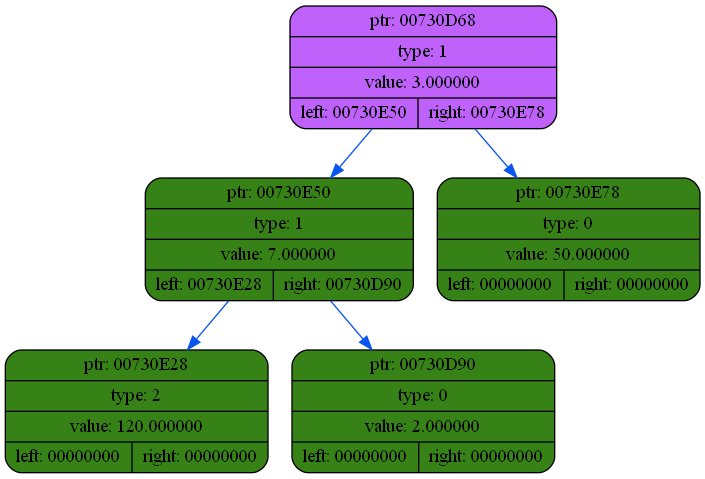
Earlier version of the Graphviz export dump/dump5.png (coffee8cat/differentiator). Its source is kept beside it as dump/dump5.dot.
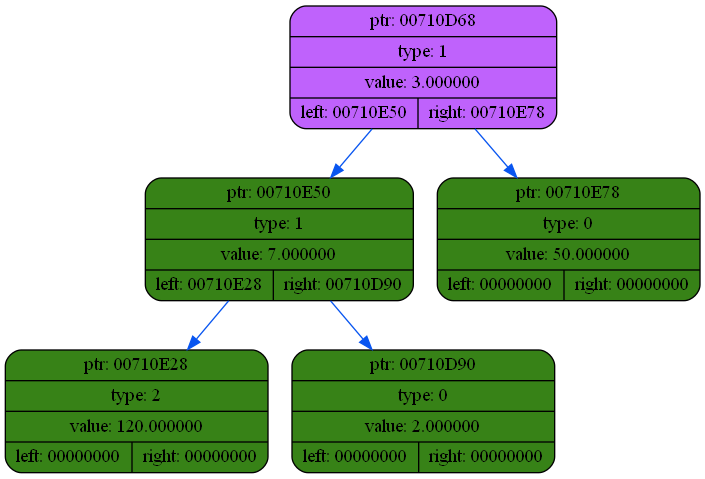
The same diagram one commit later.

The edit, as a diff of the source:
```diff
@@ -2,13 +2,13 @@
 {
     rankdir=TP
 
-        node00730D68[shape=record,style="rounded,filled",fillcolor="#BF62FC",label="{ ptr: 00730D68 | type: 1 | value: 3.000000| { left: 00730E50 | right: 00730E78 }}"];
-    node00730D68 -> node00730E50[color="#0855F0"]
-    node00730E50[shape=record,style="rounded,filled",fillcolor="#378217",label="{ ptr: 00730E50 | type: 1 | value: 7.000000| { left: 00730E28 | right: 00730D90 }}"];
-    node00730E50 -> node00730E28[color="#0855F0"]
-    node00730E28[shape=record,style="rounded,filled",fillcolor="#378217",label="{ ptr: 00730E28 | type: 2 | value: 120.000000| { left: 00000000 | right: 00000000 }}"];
-    node00730E50 -> node00730D90[color="#0855F0"]
-    node00730D90[shape=record,style="rounded,filled",fillcolor="#378217",label="{ ptr: 00730D90 | type: 0 | value: 2.000000| { left: 00000000 | right: 00000000 }}"];
-    node00730D68 -> node00730E78[color="#0855F0"]
-    node00730E78[shape=record,style="rounded,filled",fillcolor="#378217",label="{ ptr: 00730E78 | type: 0 | value: 50.000000| { left: 00000000 | right: 00000000 }}"];
+        node00710D68[shape=record,style="rounded,filled",fillcolor="#BF62FC",label="{ ptr: 00710D68 | type: 1 | value: 3.000000| { left: 00710E50 | right: 00710E78 }}"];
+    node00710D68 -> node00710E50[color="#0855F0"]
+    node00710E50[shape=record,style="rounded,filled",fillcolor="#378217",label="{ ptr: 00710E50 | type: 1 | value: 7.000000| { left: 00710E28 | right: 00710D90 }}"];
+    node00710E50 -> node00710E28[color="#0855F0"]
+    node00710E28[shape=record,style="rounded,filled",fillcolor="#378217",label="{ ptr: 00710E28 | type: 2 | value: 120.000000| { left: 00000000 | right: 00000000 }}"];
+    node00710E50 -> node00710D90[color="#0855F0"]
+    node00710D90[shape=record,style="rounded,filled",fillcolor="#378217",label="{ ptr: 00710D90 | type: 0 | value: 2.000000| { left: 00000000 | right: 00000000 }}"];
+    node00710D68 -> node00710E78[color="#0855F0"]
+    node00710E78[shape=record,style="rounded,filled",fillcolor="#378217",label="{ ptr: 00710E78 | type: 0 | value: 50.000000| { left: 00000000 | right: 00000000 }}"];
 }
```
